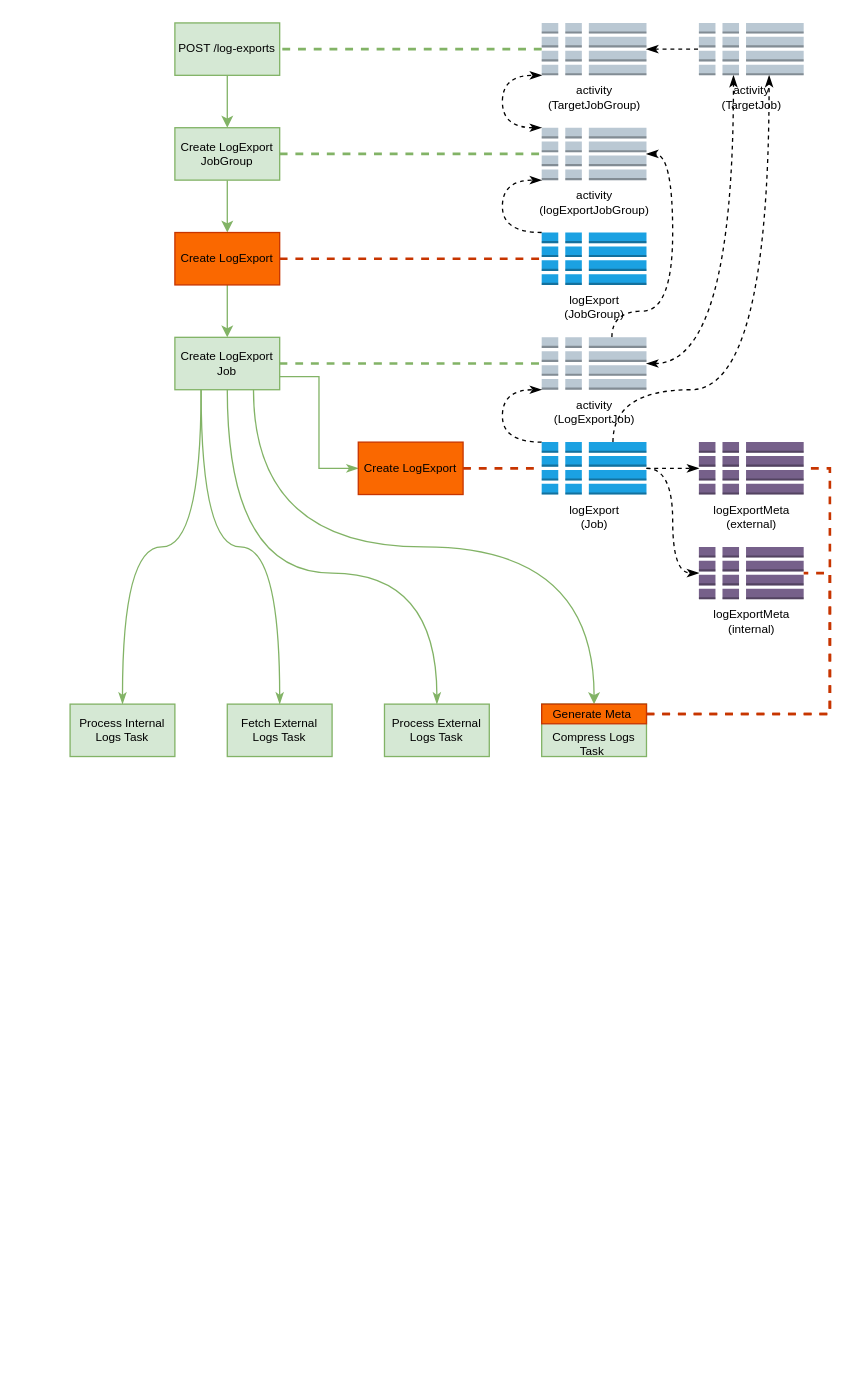
Earlier version of the draw.io diagram page "PostLogExport" (2 of 3) of st/Log.drawio (gaivin/drawio). Source tidied: cells renumbered, new cells numbered last; positions are measured from the earlier drawing's top-left corner, leaving out a move shared by most shapes. Both pictures are drawn from the tidied source at 131%, with x=0, y=0 at pixel (69, 22).
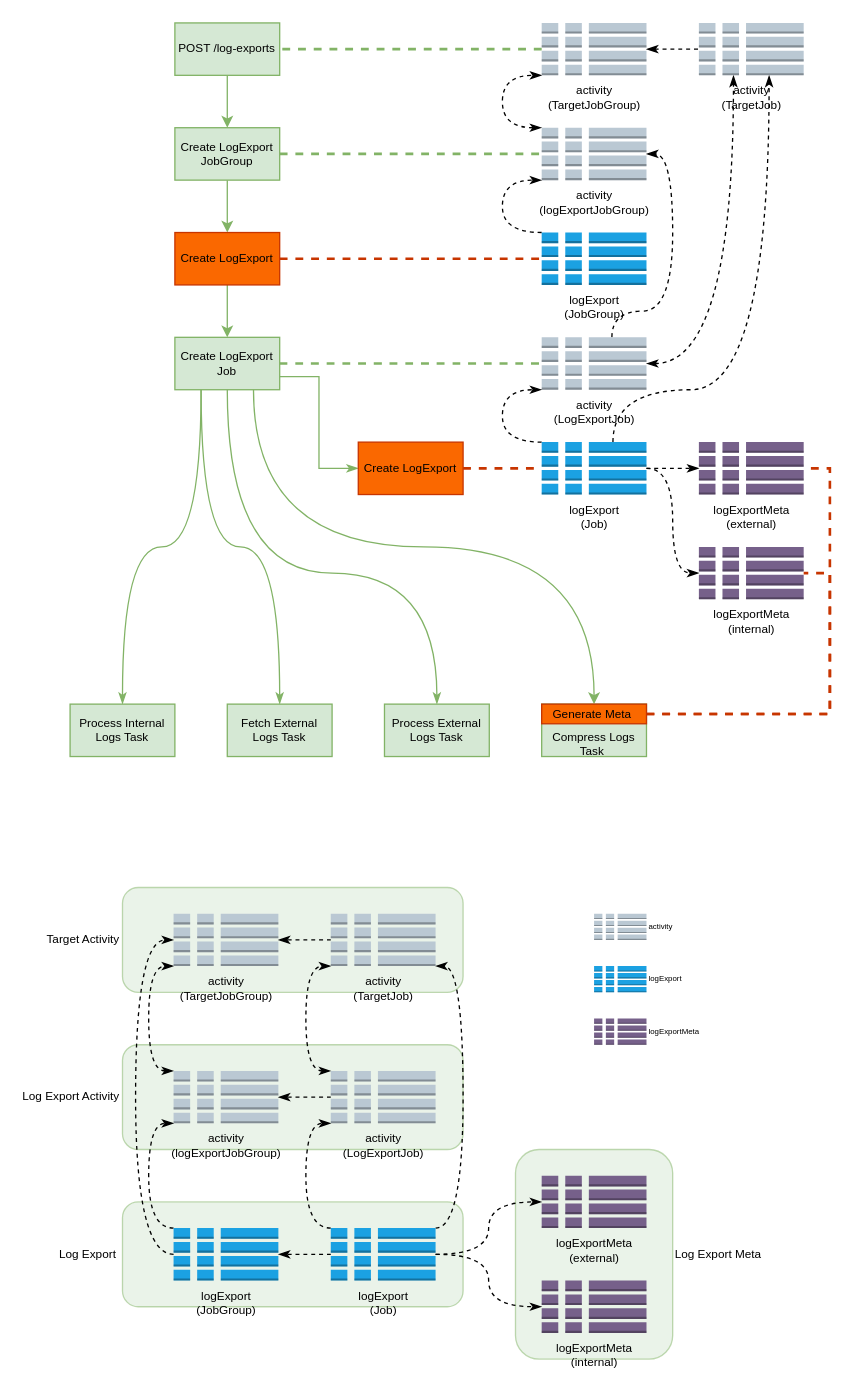
After the change.

Diff of the diagram source:
```diff
@@
+    <mxCell id="44" value="Target Activity" style="rounded=1;whiteSpace=wrap;html=1;strokeColor=#82b366;fontSize=9;opacity=50;fillColor=#d5e8d4;labelPosition=left;verticalLabelPosition=middle;align=right;verticalAlign=middle;textDirection=ltr;" parent="1" vertex="1">
+      <mxGeometry x="40" y="660" width="260" height="80" as="geometry" />
+    </mxCell>
+    <mxCell id="45" value="Log Export Activity" style="rounded=1;whiteSpace=wrap;html=1;strokeColor=#82b366;fontSize=9;opacity=50;fillColor=#d5e8d4;labelPosition=left;verticalLabelPosition=middle;align=right;verticalAlign=middle;textDirection=ltr;" parent="1" vertex="1">
+      <mxGeometry x="40" y="780" width="260" height="80" as="geometry" />
+    </mxCell>
+    <mxCell id="46" value="Log Export&amp;nbsp;" style="rounded=1;whiteSpace=wrap;html=1;strokeColor=#82b366;fontSize=9;opacity=50;fillColor=#d5e8d4;labelPosition=left;verticalLabelPosition=middle;align=right;verticalAlign=middle;textDirection=ltr;" parent="1" vertex="1">
+      <mxGeometry x="40" y="900" width="260" height="80" as="geometry" />
+    </mxCell>
+    <mxCell id="47" value="Log Export Meta&amp;nbsp;" style="rounded=1;whiteSpace=wrap;html=1;strokeColor=#82b366;fontSize=9;opacity=50;fillColor=#d5e8d4;labelPosition=right;verticalLabelPosition=middle;align=left;verticalAlign=middle;textDirection=ltr;" parent="1" vertex="1">
+      <mxGeometry x="340" y="860" width="120" height="160" as="geometry" />
+    </mxCell>
@@
+    <mxCell id="48" style="edgeStyle=orthogonalEdgeStyle;curved=1;rounded=0;jettySize=auto;html=1;exitX=0;exitY=0;exitDx=0;exitDy=0;exitPerimeter=0;dashed=1;strokeWidth=1;fontSize=9;fontColor=#000000;startArrow=classicThin;startFill=1;endArrow=classicThin;endFill=1;entryX=0;entryY=1;entryDx=0;entryDy=0;entryPerimeter=0;" parent="1" edge="1" source="49" target="61">
+      <mxGeometry relative="1" as="geometry">
+        <Array as="points">
+          <mxPoint x="60" y="800" />
+          <mxPoint x="60" y="720" />
+        </Array>
+      </mxGeometry>
+    </mxCell>
+    <mxCell id="49" value="activity&lt;br&gt;(logExportJobGroup)" style="outlineConnect=0;dashed=0;verticalLabelPosition=bottom;verticalAlign=top;align=center;html=1;shape=mxgraph.aws3.global_secondary_index;fillColor=#bac8d3;fontSize=9;strokeColor=#23445d;points=[[0,0,0,0,0],[0,0.5,0,0,0],[0,1,0,0,0],[0.33,0,0,0,0],[0.33,1,0,0,0],[0.5,0,0,0,0],[0.5,1,0,0,0],[0.67,0,0,0,0],[0.67,1,0,0,0],[1,0,0,0,0],[1,0.5,0,0,0],[1,1,0,0,0]];labelPosition=center;" parent="1" vertex="1">
+      <mxGeometry x="79" y="800" width="80" height="40" as="geometry" />
+    </mxCell>
+    <mxCell id="50" style="edgeStyle=orthogonalEdgeStyle;rounded=0;jettySize=auto;html=1;exitX=0;exitY=0;exitDx=0;exitDy=0;exitPerimeter=0;entryX=0;entryY=1;entryDx=0;entryDy=0;entryPerimeter=0;dashed=1;strokeWidth=1;fontSize=9;fontColor=#000000;startArrow=classicThin;startFill=1;endArrow=classicThin;endFill=1;curved=1;" parent="1" edge="1" source="52" target="64">
+      <mxGeometry relative="1" as="geometry">
+        <Array as="points">
+          <mxPoint x="180" y="800" />
+          <mxPoint x="180" y="720" />
+        </Array>
+      </mxGeometry>
+    </mxCell>
+    <mxCell id="51" style="edgeStyle=orthogonalEdgeStyle;curved=1;rounded=0;jettySize=auto;html=1;exitX=0;exitY=0.5;exitDx=0;exitDy=0;exitPerimeter=0;entryX=1;entryY=0.5;entryDx=0;entryDy=0;entryPerimeter=0;dashed=1;strokeWidth=1;fontSize=9;fontColor=#000000;startArrow=none;startFill=0;endArrow=classicThin;endFill=1;elbow=vertical;" parent="1" edge="1" source="52" target="49">
+      <mxGeometry relative="1" as="geometry" />
+    </mxCell>
+    <mxCell id="52" value="activity&lt;br&gt;(LogExportJob)" style="outlineConnect=0;dashed=0;verticalLabelPosition=bottom;verticalAlign=top;align=center;html=1;shape=mxgraph.aws3.global_secondary_index;fillColor=#bac8d3;fontSize=9;strokeColor=#23445d;points=[[0,0,0,0,0],[0,0.5,0,0,0],[0,1,0,0,0],[0.33,0,0,0,0],[0.33,1,0,0,0],[0.5,0,0,0,0],[0.5,1,0,0,0],[0.67,0,0,0,0],[0.67,1,0,0,0],[1,0,0,0,0],[1,0.5,0,0,0],[1,1,0,0,0]];labelPosition=center;" parent="1" vertex="1">
+      <mxGeometry x="199" y="800" width="80" height="40" as="geometry" />
+    </mxCell>
+    <mxCell id="53" style="edgeStyle=orthogonalEdgeStyle;curved=1;rounded=0;jettySize=auto;html=1;exitX=0;exitY=0;exitDx=0;exitDy=0;exitPerimeter=0;entryX=0;entryY=1;entryDx=0;entryDy=0;entryPerimeter=0;dashed=1;strokeWidth=1;fontSize=9;fontColor=#000000;startArrow=none;startFill=0;endArrow=classicThin;endFill=1;" parent="1" edge="1" source="55" target="49">
+      <mxGeometry relative="1" as="geometry">
+        <Array as="points">
+          <mxPoint x="60" y="920" />
+          <mxPoint x="60" y="840" />
+        </Array>
+      </mxGeometry>
+    </mxCell>
+    <mxCell id="54" style="edgeStyle=orthogonalEdgeStyle;curved=1;rounded=0;jettySize=auto;html=1;exitX=0;exitY=0.5;exitDx=0;exitDy=0;exitPerimeter=0;entryX=0;entryY=0.5;entryDx=0;entryDy=0;entryPerimeter=0;dashed=1;strokeWidth=1;fontSize=9;fontColor=#000000;startArrow=none;startFill=0;endArrow=classicThin;endFill=1;elbow=vertical;" parent="1" edge="1" source="55" target="61">
+      <mxGeometry relative="1" as="geometry">
+        <Array as="points">
+          <mxPoint x="50" y="940" />
+          <mxPoint x="50" y="700" />
+        </Array>
+      </mxGeometry>
+    </mxCell>
+    <mxCell id="55" value="logExport&lt;br&gt;(JobGroup)" style="outlineConnect=0;dashed=0;verticalLabelPosition=bottom;verticalAlign=top;align=center;html=1;shape=mxgraph.aws3.global_secondary_index;fillColor=#1ba1e2;fontSize=9;strokeColor=none;fontColor=#000000;points=[[0,0,0,0,0],[0,0.5,0,0,0],[0,1,0,0,0],[0.33,0,0,0,0],[0.33,1,0,0,0],[0.5,0,0,0,0],[0.5,1,0,0,0],[0.67,1,0,0,0],[0.68,0,0,0,0],[1,0,0,0,0],[1,0.5,0,0,0],[1,1,0,0,0]];labelPosition=center;" parent="1" vertex="1">
+      <mxGeometry x="79" y="920" width="80" height="40" as="geometry" />
+    </mxCell>
+    <mxCell id="56" style="edgeStyle=orthogonalEdgeStyle;rounded=0;jettySize=auto;html=1;exitX=0;exitY=0;exitDx=0;exitDy=0;exitPerimeter=0;dashed=1;strokeWidth=1;fontSize=9;fontColor=#000000;startArrow=none;startFill=0;endArrow=classicThin;endFill=1;entryX=0;entryY=1;entryDx=0;entryDy=0;entryPerimeter=0;curved=1;" parent="1" edge="1" source="60" target="52">
+      <mxGeometry relative="1" as="geometry">
+        <Array as="points">
+          <mxPoint x="180" y="920" />
+          <mxPoint x="180" y="840" />
+        </Array>
+      </mxGeometry>
+    </mxCell>
+    <mxCell id="57" style="edgeStyle=orthogonalEdgeStyle;curved=1;rounded=0;jettySize=auto;html=1;exitX=1;exitY=0.5;exitDx=0;exitDy=0;exitPerimeter=0;dashed=1;strokeWidth=1;fontSize=9;fontColor=#000000;startArrow=none;startFill=0;endArrow=classicThin;endFill=1;fillColor=#d5e8d4;strokeColor=default;entryX=0;entryY=0.5;entryDx=0;entryDy=0;entryPerimeter=0;" parent="1" edge="1" source="60" target="62">
+      <mxGeometry relative="1" as="geometry" />
+    </mxCell>
+    <mxCell id="58" style="rounded=0;jettySize=auto;html=1;exitX=1;exitY=0;exitDx=0;exitDy=0;exitPerimeter=0;entryX=1;entryY=1;entryDx=0;entryDy=0;entryPerimeter=0;dashed=1;strokeWidth=1;fontSize=9;fontColor=#000000;startArrow=none;startFill=0;endArrow=classicThin;endFill=1;edgeStyle=orthogonalEdgeStyle;curved=1;" parent="1" edge="1" source="60" target="64">
+      <mxGeometry relative="1" as="geometry">
+        <Array as="points">
+          <mxPoint x="300" y="920" />
+          <mxPoint x="300" y="720" />
+        </Array>
+      </mxGeometry>
+    </mxCell>
+    <mxCell id="59" style="edgeStyle=orthogonalEdgeStyle;curved=1;rounded=0;jettySize=auto;html=1;exitX=0;exitY=0.5;exitDx=0;exitDy=0;exitPerimeter=0;entryX=1;entryY=0.5;entryDx=0;entryDy=0;entryPerimeter=0;dashed=1;strokeWidth=1;fontSize=9;fontColor=#000000;startArrow=none;startFill=0;endArrow=classicThin;endFill=1;elbow=vertical;" parent="1" edge="1" source="60" target="55">
+      <mxGeometry relative="1" as="geometry" />
+    </mxCell>
+    <mxCell id="60" value="logExport&lt;br&gt;(Job)" style="outlineConnect=0;dashed=0;verticalLabelPosition=bottom;verticalAlign=top;align=center;html=1;shape=mxgraph.aws3.global_secondary_index;fillColor=#1ba1e2;fontSize=9;strokeColor=none;fontColor=#000000;points=[[0,0,0,0,0],[0,0.5,0,0,0],[0,1,0,0,0],[0.33,0,0,0,0],[0.33,1,0,0,0],[0.5,0,0,0,0],[0.5,1,0,0,0],[0.67,1,0,0,0],[0.68,0,0,0,0],[1,0,0,0,0],[1,0.5,0,0,0],[1,1,0,0,0]];labelPosition=center;" parent="1" vertex="1">
+      <mxGeometry x="199" y="920" width="80" height="40" as="geometry" />
+    </mxCell>
+    <mxCell id="61" value="activity&lt;br&gt;(TargetJobGroup)" style="outlineConnect=0;dashed=0;verticalLabelPosition=bottom;verticalAlign=top;align=center;html=1;shape=mxgraph.aws3.global_secondary_index;fillColor=#bac8d3;fontSize=9;strokeColor=#23445d;points=[[0,0,0,0,0],[0,0.5,0,0,0],[0,1,0,0,0],[0.33,0,0,0,0],[0.33,1,0,0,0],[0.5,0,0,0,0],[0.5,1,0,0,0],[0.67,0,0,0,0],[0.67,1,0,0,0],[1,0,0,0,0],[1,0.5,0,0,0],[1,1,0,0,0]];labelPosition=center;" parent="1" vertex="1">
+      <mxGeometry x="79" y="680" width="80" height="40" as="geometry" />
+    </mxCell>
+    <mxCell id="62" value="logExportMeta&lt;br&gt;(internal)" style="outlineConnect=0;dashed=0;verticalLabelPosition=bottom;verticalAlign=top;align=center;html=1;shape=mxgraph.aws3.global_secondary_index;fillColor=#76608a;fontSize=9;strokeColor=#432D57;points=[[0,0,0,0,0],[0,0.5,0,0,0],[0,1,0,0,0],[0.33,0,0,0,0],[0.33,1,0,0,0],[0.5,0,0,0,0],[0.5,1,0,0,0],[0.67,0,0,0,0],[0.67,1,0,0,0],[1,0,0,0,0],[1,0.5,0,0,0],[1,1,0,0,0]];labelPosition=center;fontColor=#000000;" parent="1" vertex="1">
+      <mxGeometry x="360" y="960" width="80" height="40" as="geometry" />
+    </mxCell>
+    <mxCell id="63" style="edgeStyle=orthogonalEdgeStyle;curved=1;rounded=0;jettySize=auto;html=1;exitX=0;exitY=0.5;exitDx=0;exitDy=0;exitPerimeter=0;entryX=1;entryY=0.5;entryDx=0;entryDy=0;entryPerimeter=0;dashed=1;strokeWidth=1;fontSize=9;fontColor=#000000;startArrow=none;startFill=0;endArrow=classicThin;endFill=1;elbow=vertical;" parent="1" edge="1" source="64" target="61">
+      <mxGeometry relative="1" as="geometry" />
+    </mxCell>
+    <mxCell id="64" value="activity&lt;br&gt;(TargetJob)" style="outlineConnect=0;dashed=0;verticalLabelPosition=bottom;verticalAlign=top;align=center;html=1;shape=mxgraph.aws3.global_secondary_index;fillColor=#bac8d3;fontSize=9;strokeColor=#23445d;points=[[0,0,0,0,0],[0,0.5,0,0,0],[0,1,0,0,0],[0.33,0,0,0,0],[0.33,1,0,0,0],[0.5,0,0,0,0],[0.5,1,0,0,0],[0.67,0,0,0,0],[0.67,1,0,0,0],[1,0,0,0,0],[1,0.5,0,0,0],[1,1,0,0,0]];labelPosition=center;" parent="1" vertex="1">
+      <mxGeometry x="199" y="680" width="80" height="40" as="geometry" />
+    </mxCell>
+    <mxCell id="65" value="logExportMeta&lt;br&gt;(external)" style="outlineConnect=0;dashed=0;verticalLabelPosition=bottom;verticalAlign=top;align=center;html=1;shape=mxgraph.aws3.global_secondary_index;fillColor=#76608a;fontSize=9;strokeColor=#432D57;fontColor=#000000;points=[[0,0,0,0,0],[0,0.5,0,0,0],[0,1,0,0,0],[0.33,0,0,0,0],[0.33,1,0,0,0],[0.5,0,0,0,0],[0.5,1,0,0,0],[0.67,0,0,0,0],[0.67,1,0,0,0],[1,0,0,0,0],[1,0.5,0,0,0],[1,1,0,0,0]];labelPosition=center;" parent="1" vertex="1">
+      <mxGeometry x="360" y="880" width="80" height="40" as="geometry" />
+    </mxCell>
+    <mxCell id="66" style="edgeStyle=orthogonalEdgeStyle;rounded=0;jettySize=auto;html=1;exitX=1;exitY=0.5;exitDx=0;exitDy=0;exitPerimeter=0;dashed=1;strokeWidth=1;fontSize=9;fontColor=#000000;startArrow=none;startFill=0;endArrow=classicThin;endFill=1;curved=1;" parent="1" edge="1" source="60" target="65">
+      <mxGeometry relative="1" as="geometry" />
+    </mxCell>
+    <mxCell id="67" value="activity" style="dashed=0;verticalLabelPosition=middle;verticalAlign=middle;align=left;html=1;shape=mxgraph.aws3.global_secondary_index;fillColor=#bac8d3;fontSize=6;strokeColor=#23445d;labelPosition=right;" parent="1" vertex="1">
+      <mxGeometry x="400" y="680" width="40" height="20" as="geometry" />
+    </mxCell>
+    <mxCell id="68" value="logExport" style="dashed=0;verticalLabelPosition=middle;verticalAlign=middle;align=left;html=1;shape=mxgraph.aws3.global_secondary_index;fillColor=#1ba1e2;fontSize=6;strokeColor=#006EAF;fontColor=#000000;labelPosition=right;" parent="1" vertex="1">
+      <mxGeometry x="400" y="720" width="40" height="20" as="geometry" />
+    </mxCell>
+    <mxCell id="69" value="logExportMeta" style="dashed=0;verticalLabelPosition=middle;verticalAlign=middle;align=left;html=1;shape=mxgraph.aws3.global_secondary_index;fillColor=#76608a;fontSize=6;strokeColor=#432D57;fontColor=#000000;labelPosition=right;" parent="1" vertex="1">
+      <mxGeometry x="400" y="760" width="40" height="20" as="geometry" />
+    </mxCell>
```
